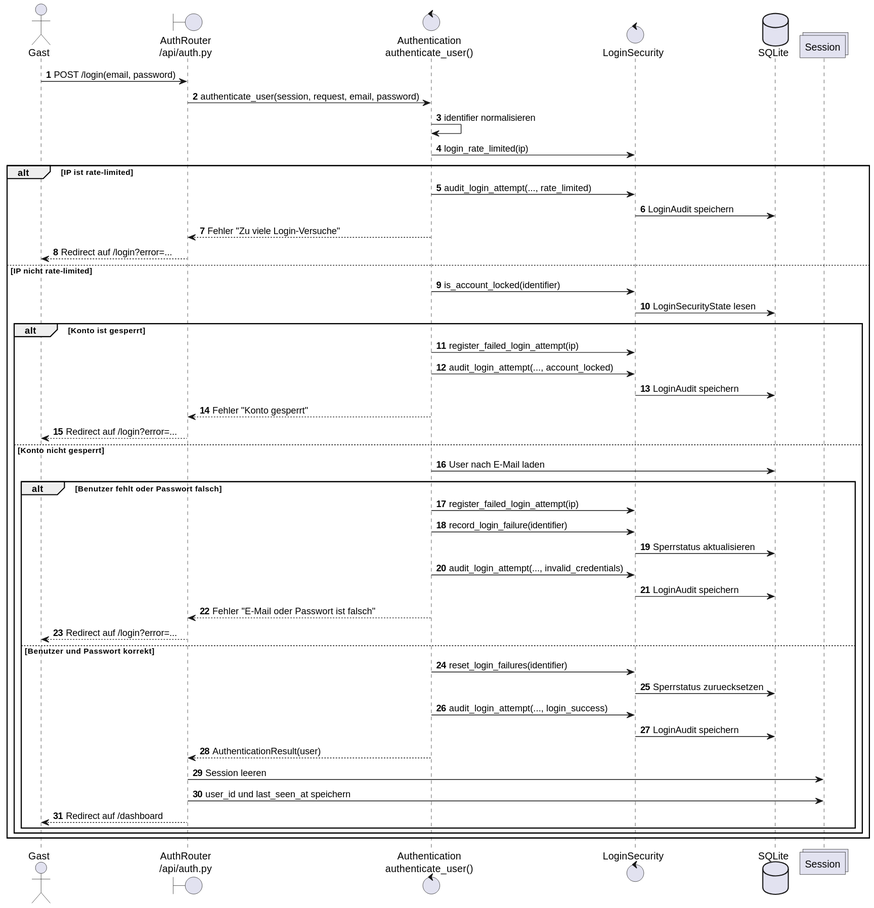
This is PlantUML/Sequenzdiagramm_Login.svg from KingKunde/latex-vorlage-fiae, a PlantUML export, as it was before one commit. Its diagram source:
```plantuml
@startuml
skinparam shadowing false
autonumber

actor Gast
boundary "AuthRouter\n/api/auth.py" as AuthRouter
control "Authentication\nauthenticate_user()" as Authentication
control "LoginSecurity" as LoginSecurity
database "SQLite" as DB
collections "Session" as SessionStore

Gast -> AuthRouter : POST /login(email, password)
AuthRouter -> Authentication : authenticate_user(session, request, email, password)
Authentication -> Authentication : identifier normalisieren
Authentication -> LoginSecurity : login_rate_limited(ip)

alt IP ist rate-limited
  Authentication -> LoginSecurity : audit_login_attempt(..., rate_limited)
  LoginSecurity -> DB : LoginAudit speichern
  Authentication --> AuthRouter : Fehler "Zu viele Login-Versuche"
  AuthRouter --> Gast : Redirect auf /login?error=...
else IP nicht rate-limited
  Authentication -> LoginSecurity : is_account_locked(identifier)
  LoginSecurity -> DB : LoginSecurityState lesen

  alt Konto ist gesperrt
    Authentication -> LoginSecurity : register_failed_login_attempt(ip)
    Authentication -> LoginSecurity : audit_login_attempt(..., account_locked)
    LoginSecurity -> DB : LoginAudit speichern
    Authentication --> AuthRouter : Fehler "Konto gesperrt"
    AuthRouter --> Gast : Redirect auf /login?error=...
  else Konto nicht gesperrt
    Authentication -> DB : User nach E-Mail laden

    alt Benutzer fehlt oder Passwort falsch
      Authentication -> LoginSecurity : register_failed_login_attempt(ip)
      Authentication -> LoginSecurity : record_login_failure(identifier)
      LoginSecurity -> DB : Sperrstatus aktualisieren
      Authentication -> LoginSecurity : audit_login_attempt(..., invalid_credentials)
      LoginSecurity -> DB : LoginAudit speichern
      Authentication --> AuthRouter : Fehler "E-Mail oder Passwort ist falsch"
      AuthRouter --> Gast : Redirect auf /login?error=...
    else Benutzer und Passwort korrekt
      Authentication -> LoginSecurity : reset_login_failures(identifier)
      LoginSecurity -> DB : Sperrstatus zuruecksetzen
      Authentication -> LoginSecurity : audit_login_attempt(..., login_success)
      LoginSecurity -> DB : LoginAudit speichern
      Authentication --> AuthRouter : AuthenticationResult(user)
      AuthRouter -> SessionStore : Session leeren
      AuthRouter -> SessionStore : user_id und last_seen_at speichern
      AuthRouter --> Gast : Redirect auf /dashboard
    end
  end
end
@enduml
```
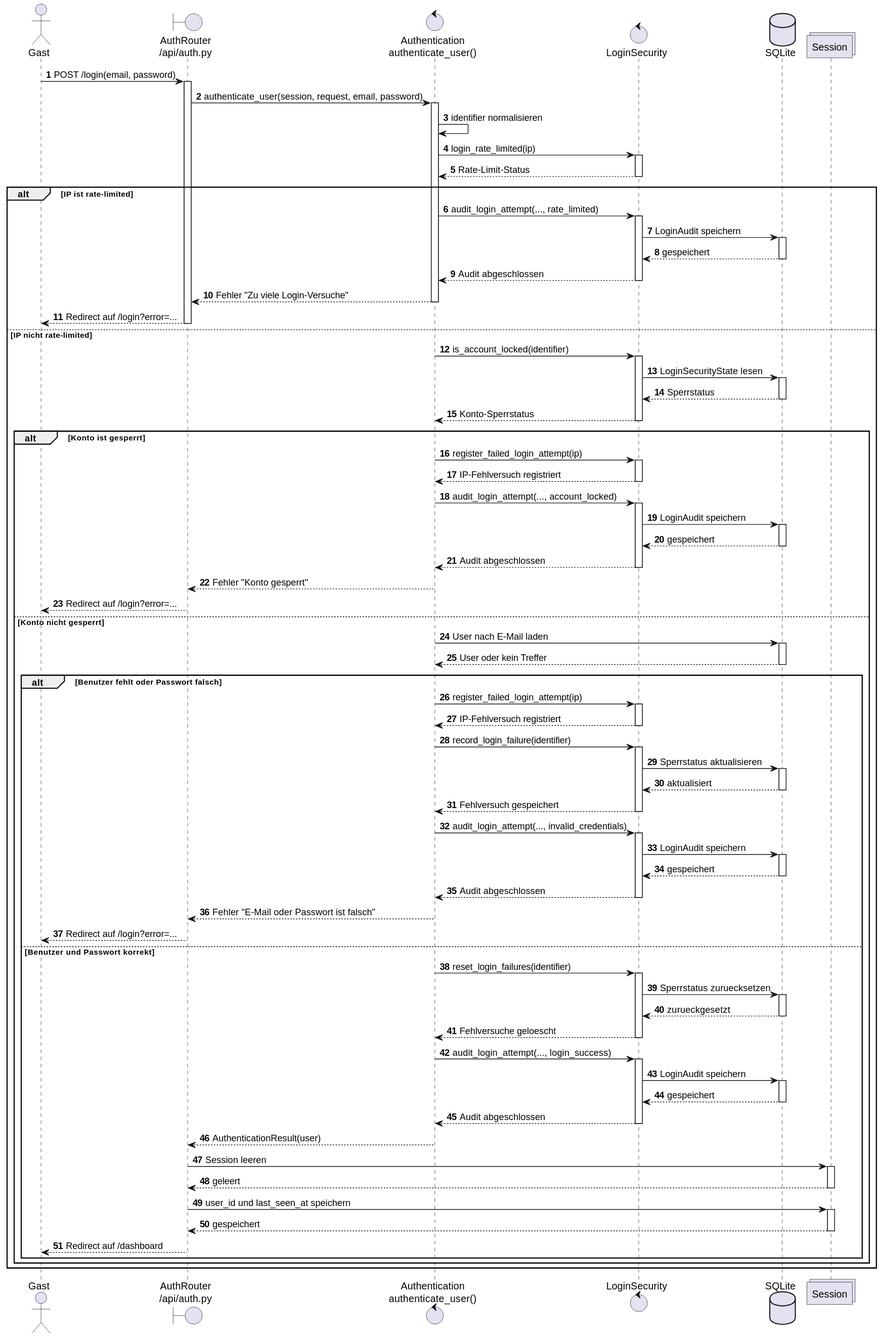
The same file after the commit.

Change to the diagram source:
```diff
@@ -10,45 +10,115 @@
 collections "Session" as SessionStore
 
 Gast -> AuthRouter : POST /login(email, password)
+activate AuthRouter
 AuthRouter -> Authentication : authenticate_user(session, request, email, password)
+activate Authentication
 Authentication -> Authentication : identifier normalisieren
 Authentication -> LoginSecurity : login_rate_limited(ip)
+activate LoginSecurity
+LoginSecurity --> Authentication : Rate-Limit-Status
+deactivate LoginSecurity
 
 alt IP ist rate-limited
   Authentication -> LoginSecurity : audit_login_attempt(..., rate_limited)
+  activate LoginSecurity
   LoginSecurity -> DB : LoginAudit speichern
+  activate DB
+  DB --> LoginSecurity : gespeichert
+  deactivate DB
+  LoginSecurity --> Authentication : Audit abgeschlossen
+  deactivate LoginSecurity
   Authentication --> AuthRouter : Fehler "Zu viele Login-Versuche"
+  deactivate Authentication
   AuthRouter --> Gast : Redirect auf /login?error=...
+  deactivate AuthRouter
 else IP nicht rate-limited
   Authentication -> LoginSecurity : is_account_locked(identifier)
+  activate LoginSecurity
   LoginSecurity -> DB : LoginSecurityState lesen
+  activate DB
+  DB --> LoginSecurity : Sperrstatus
+  deactivate DB
+  LoginSecurity --> Authentication : Konto-Sperrstatus
+  deactivate LoginSecurity
 
   alt Konto ist gesperrt
     Authentication -> LoginSecurity : register_failed_login_attempt(ip)
+    activate LoginSecurity
+    LoginSecurity --> Authentication : IP-Fehlversuch registriert
+    deactivate LoginSecurity
     Authentication -> LoginSecurity : audit_login_attempt(..., account_locked)
+    activate LoginSecurity
     LoginSecurity -> DB : LoginAudit speichern
+    activate DB
+    DB --> LoginSecurity : gespeichert
+    deactivate DB
+    LoginSecurity --> Authentication : Audit abgeschlossen
+    deactivate LoginSecurity
     Authentication --> AuthRouter : Fehler "Konto gesperrt"
+    deactivate Authentication
     AuthRouter --> Gast : Redirect auf /login?error=...
+    deactivate AuthRouter
   else Konto nicht gesperrt
     Authentication -> DB : User nach E-Mail laden
+    activate DB
+    DB --> Authentication : User oder kein Treffer
+    deactivate DB
 
     alt Benutzer fehlt oder Passwort falsch
       Authentication -> LoginSecurity : register_failed_login_attempt(ip)
+      activate LoginSecurity
+      LoginSecurity --> Authentication : IP-Fehlversuch registriert
+      deactivate LoginSecurity
       Authentication -> LoginSecurity : record_login_failure(identifier)
+      activate LoginSecurity
       LoginSecurity -> DB : Sperrstatus aktualisieren
+      activate DB
+      DB --> LoginSecurity : aktualisiert
+      deactivate DB
+      LoginSecurity --> Authentication : Fehlversuch gespeichert
+      deactivate LoginSecurity
       Authentication -> LoginSecurity : audit_login_attempt(..., invalid_credentials)
+      activate LoginSecurity
       LoginSecurity -> DB : LoginAudit speichern
+      activate DB
+      DB --> LoginSecurity : gespeichert
+      deactivate DB
+      LoginSecurity --> Authentication : Audit abgeschlossen
+      deactivate LoginSecurity
       Authentication --> AuthRouter : Fehler "E-Mail oder Passwort ist falsch"
+      deactivate Authentication
       AuthRouter --> Gast : Redirect auf /login?error=...
+      deactivate AuthRouter
     else Benutzer und Passwort korrekt
       Authentication -> LoginSecurity : reset_login_failures(identifier)
+      activate LoginSecurity
       LoginSecurity -> DB : Sperrstatus zuruecksetzen
+      activate DB
+      DB --> LoginSecurity : zurueckgesetzt
+      deactivate DB
+      LoginSecurity --> Authentication : Fehlversuche geloescht
+      deactivate LoginSecurity
       Authentication -> LoginSecurity : audit_login_attempt(..., login_success)
+      activate LoginSecurity
       LoginSecurity -> DB : LoginAudit speichern
+      activate DB
+      DB --> LoginSecurity : gespeichert
+      deactivate DB
+      LoginSecurity --> Authentication : Audit abgeschlossen
+      deactivate LoginSecurity
       Authentication --> AuthRouter : AuthenticationResult(user)
+      deactivate Authentication
       AuthRouter -> SessionStore : Session leeren
+      activate SessionStore
+      SessionStore --> AuthRouter : geleert
+      deactivate SessionStore
       AuthRouter -> SessionStore : user_id und last_seen_at speichern
+      activate SessionStore
+      SessionStore --> AuthRouter : gespeichert
+      deactivate SessionStore
       AuthRouter --> Gast : Redirect auf /dashboard
+      deactivate AuthRouter
     end
   end
 end
```
